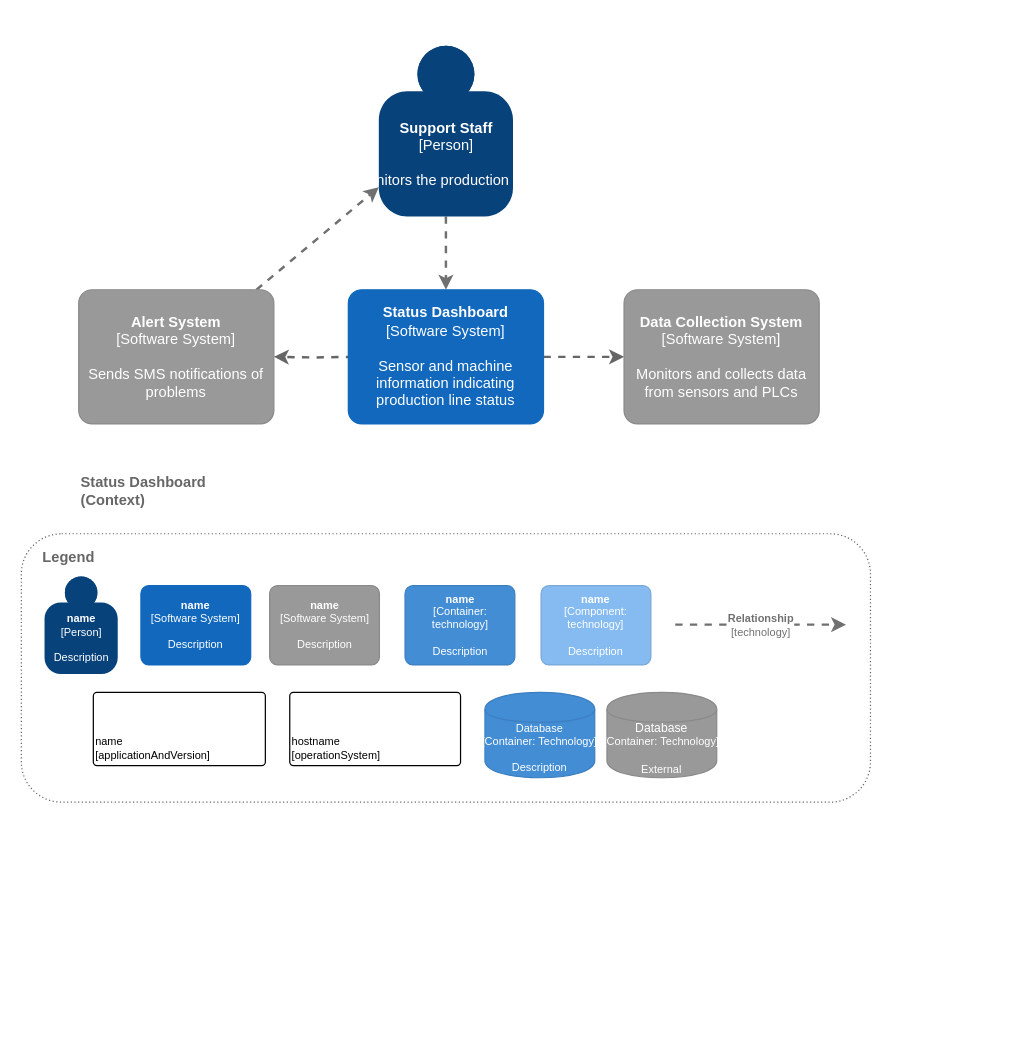
Above: page "C4 Context" (1 of 4) of c4_level_1_context_diagram_template.drawio in rraafays/2024-software_architecture_and_design_assignment_task-1 (draw.io), before the change. Source tidied: cells renumbered, new cells numbered last; positions are measured from the earlier drawing's top-left corner, leaving out a move shared by most shapes. Both pictures are drawn from the tidied source at 122%, with x=0, y=0 at pixel (21, 45).
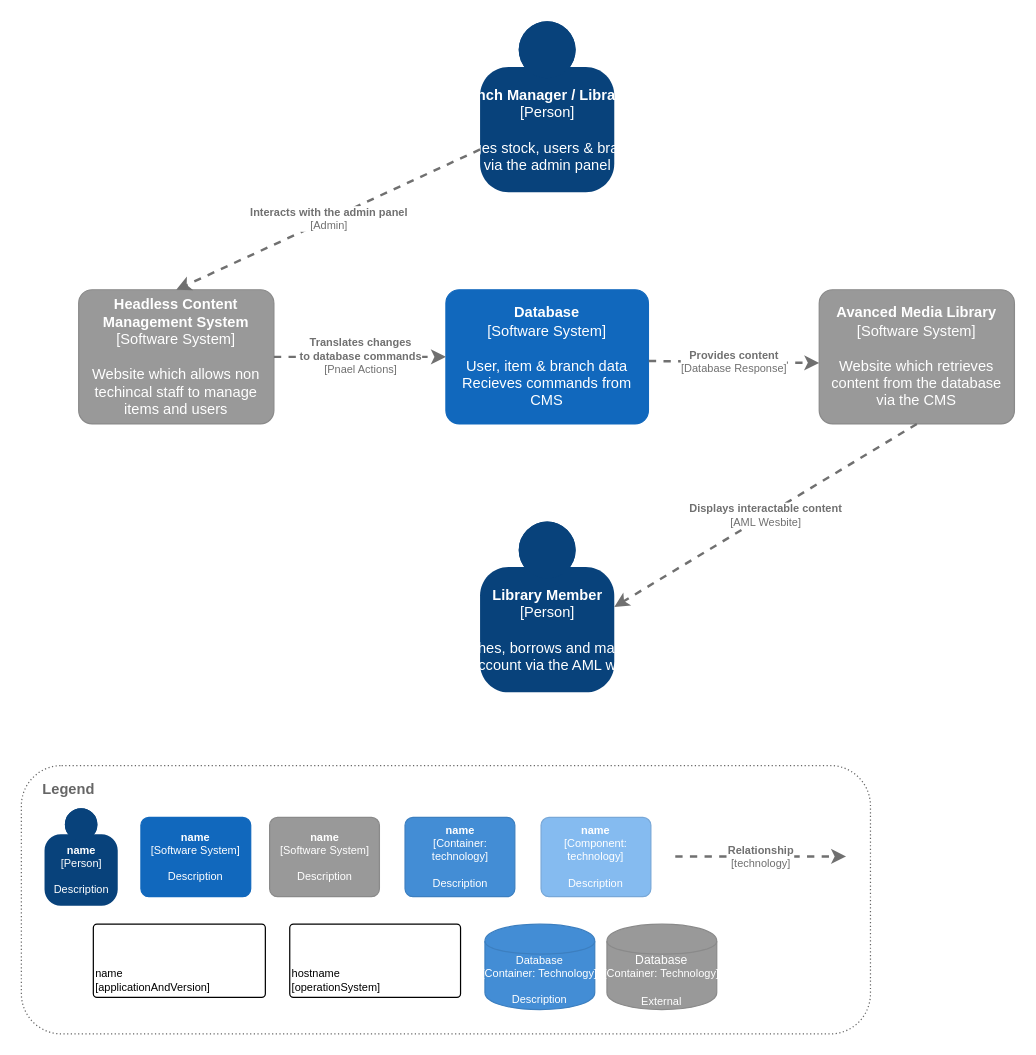
Above is the later version.

Commit message (it also covers changes not shown here):
update: wrote level 1 diagram

What changed in the source:
```diff
@@
-    <mxCell id="2" style="edgeStyle=orthogonalEdgeStyle;rounded=0;jettySize=auto;html=1;dashed=1;strokeWidth=2;fillColor=#f5f5f5;strokeColor=#666666;" parent="1" edge="1" target="8">
-      <mxGeometry relative="1" as="geometry">
-        <mxPoint x="272" y="255" as="sourcePoint" />
-      </mxGeometry>
-    </mxCell>
-    <mxCell id="3" style="edgeStyle=none;rounded=0;jettySize=auto;html=1;dashed=1;strokeColor=#666666;strokeWidth=2;fillColor=#f5f5f5;" parent="1" edge="1" source="9" target="10">
-      <mxGeometry relative="1" as="geometry" />
-    </mxCell>
-    <mxCell id="4" style="edgeStyle=none;rounded=0;jettySize=auto;html=1;dashed=1;strokeColor=#707070;strokeWidth=2;fontColor=#707070;" parent="1" edge="1" source="8" target="7">
-      <mxGeometry relative="1" as="geometry" />
-    </mxCell>
-    <mxCell id="5" value="&lt;b&gt;Status Dashboard&lt;br&gt;(Context)&lt;/b&gt;" style="text;html=1;align=left;verticalAlign=middle;fontColor=#666666;" parent="1" vertex="1">
-      <mxGeometry x="47" y="350" width="120" height="30" as="geometry" />
-    </mxCell>
-    <mxCell id="6" style="edgeStyle=none;rounded=0;jettySize=auto;html=1;dashed=1;strokeColor=#707070;strokeWidth=2;fontColor=#707070;" parent="1" edge="1" source="7" target="9">
-      <mxGeometry relative="1" as="geometry" />
-    </mxCell>
-    <object id="7" label="&lt;b&gt;%c4Name%&lt;/b&gt;&lt;div&gt;[%c4Type%]&lt;/div&gt;&lt;br&gt;&lt;div&gt;%c4Description%&lt;/div&gt;" c4Description="Monitors the production line" c4Name="Support Staff" c4Type="Person" placeholders="1">
+    <object id="7" label="&lt;b&gt;%c4Name%&lt;/b&gt;&lt;div&gt;[%c4Type%]&lt;/div&gt;&lt;br&gt;&lt;div&gt;%c4Description%&lt;/div&gt;" c4Description="Manages stock, users &amp; branches&#10;via the admin panel" c4Name="Branch Manager / Librarian" c4Type="Person" placeholders="1">
       <mxCell style="html=1;dashed=0;whitespace=wrap;fillColor=#08427b;strokeColor=none;fontColor=#ffffff;shape=mxgraph.c4.person;align=center;points=[[0.5,0,0],[1,0.5,0],[1,0.75,0],[0.75,1,0],[0.5,1,0],[0.25,1,0],[0,0.75,0],[0,0.5,0]];metaData={&quot;c4Type&quot;:{&quot;editable&quot;:false}};" parent="1" vertex="1">
-        <mxGeometry x="293" width="110" height="140" as="geometry" />
+        <mxGeometry x="376" y="-20" width="110" height="140" as="geometry" />
       </mxCell>
     </object>
-    <object id="8" label="&lt;b&gt;%c4Name%&lt;/b&gt;&lt;div&gt;[%c4Type%]&lt;/div&gt;&lt;br&gt;&lt;div&gt;%c4Description%&lt;/div&gt;" c4Description="Sends SMS notifications of problems" c4Name="Alert System" c4Type="Software System" placeholders="1">
+    <object id="8" label="&lt;b&gt;%c4Name%&lt;/b&gt;&lt;div&gt;[%c4Type%]&lt;/div&gt;&lt;br&gt;&lt;div&gt;%c4Description%&lt;/div&gt;" c4Description="Website which allows non techincal staff to manage items and users" c4Name="Headless Content Management System" c4Type="Software System" placeholders="1">
       <mxCell style="rounded=1;whiteSpace=wrap;html=1;labelBackgroundColor=none;fillColor=#999999;fontColor=#ffffff;align=center;arcSize=10;strokeColor=#8A8A8A;metaData={&quot;c4Type&quot;:{&quot;editable&quot;:false}};points=[[0.25,0,0],[0.5,0,0],[0.75,0,0],[1,0.25,0],[1,0.5,0],[1,0.75,0],[0.75,1,0],[0.5,1,0],[0.25,1,0],[0,0.75,0],[0,0.5,0],[0,0.25,0]];" parent="1" vertex="1">
         <mxGeometry x="47" y="200" width="160" height="110" as="geometry" />
       </mxCell>
     </object>
-    <object id="9" label="&lt;b&gt;%c4Name%&lt;/b&gt;&lt;div&gt;[%c4Type%]&lt;/div&gt;&lt;br&gt;&lt;div&gt;%c4Description%&lt;/div&gt;" c4Description="Sensor and machine information indicating production line status" c4Name="Status Dashboard" c4Type="Software System" placeholders="1">
+    <object id="9" label="&lt;b&gt;%c4Name%&lt;/b&gt;&lt;div&gt;[%c4Type%]&lt;/div&gt;&lt;br&gt;&lt;div&gt;%c4Description%&lt;/div&gt;" c4Description="User, item &amp; branch data&#10;Recieves commands from CMS" c4Name="Database" c4Type="Software System" placeholders="1">
       <mxCell style="rounded=1;whiteSpace=wrap;html=1;labelBackgroundColor=none;fillColor=#1168BD;fontColor=#ffffff;align=center;arcSize=10;strokeColor=#1168BD;metaData={&quot;c4Type&quot;:{&quot;editable&quot;:false}};points=[[0.25,0,0],[0.5,0,0],[0.75,0,0],[1,0.25,0],[1,0.5,0],[1,0.75,0],[0.75,1,0],[0.5,1,0],[0.25,1,0],[0,0.75,0],[0,0.5,0],[0,0.25,0]];" parent="1" vertex="1">
-        <mxGeometry x="268" y="200" width="160" height="110" as="geometry" />
+        <mxGeometry x="348" y="200" width="166" height="110" as="geometry" />
       </mxCell>
     </object>
-    <object id="10" label="&lt;b&gt;%c4Name%&lt;/b&gt;&lt;div&gt;[%c4Type%]&lt;/div&gt;&lt;br&gt;&lt;div&gt;%c4Description%&lt;/div&gt;" c4Description="Monitors and collects data from sensors and PLCs" c4Name="Data Collection System" c4Type="Software System" placeholders="1">
-      <mxCell style="rounded=1;whiteSpace=wrap;html=1;labelBackgroundColor=none;fillColor=#999999;fontColor=#ffffff;align=center;arcSize=10;strokeColor=#8A8A8A;metaData={&quot;c4Type&quot;:{&quot;editable&quot;:false}};points=[[0.25,0,0],[0.5,0,0],[0.75,0,0],[1,0.25,0],[1,0.5,0],[1,0.75,0],[0.75,1,0],[0.5,1,0],[0.25,1,0],[0,0.75,0],[0,0.5,0],[0,0.25,0]];" parent="1" vertex="1">
-        <mxGeometry x="494" y="200" width="160" height="110" as="geometry" />
-      </mxCell>
-    </object>
     <mxCell id="11" style="group;" parent="1" vertex="1">
-      <mxGeometry y="400" width="696" height="220" as="geometry" />
+      <mxGeometry y="590" width="696" height="220" as="geometry" />
     </mxCell>
@@
+    <object id="24" label="&lt;div style=&quot;text-align: left; font-size: 9px;&quot;&gt;&lt;div style=&quot;text-align: center; font-size: 9px;&quot;&gt;&lt;b style=&quot;font-size: 9px;&quot;&gt;%c4Description%&lt;/b&gt;&lt;/div&gt;&lt;div style=&quot;text-align: center; font-size: 9px;&quot;&gt;[%c4Technology%]&lt;/div&gt;&lt;/div&gt;" c4Description="Translates changes&#10;to database commands" c4Technology="Pnael Actions" placeholders="1">
+      <mxCell style="edgeStyle=none;rounded=0;html=1;jettySize=auto;strokeColor=#707070;strokeWidth=2;fontColor=#707070;jumpStyle=none;dashed=1;metaData={&quot;c4Type&quot;:{&quot;editable&quot;:false}};fontSize=9;exitX=1;exitY=0.5;exitDx=0;exitDy=0;exitPerimeter=0;entryX=0;entryY=0.5;entryDx=0;entryDy=0;entryPerimeter=0;" parent="1" edge="1" source="8" target="9">
+        <mxGeometry relative="1" as="geometry" />
+      </mxCell>
+    </object>
+    <object id="25" label="&lt;div style=&quot;text-align: left; font-size: 9px;&quot;&gt;&lt;div style=&quot;text-align: center; font-size: 9px;&quot;&gt;&lt;b style=&quot;font-size: 9px;&quot;&gt;%c4Description%&lt;/b&gt;&lt;/div&gt;&lt;div style=&quot;text-align: center; font-size: 9px;&quot;&gt;[%c4Technology%]&lt;/div&gt;&lt;/div&gt;" c4Description="Interacts with the admin panel" c4Technology="Admin" placeholders="1">
+      <mxCell style="edgeStyle=none;rounded=0;html=1;jettySize=auto;strokeColor=#707070;strokeWidth=2;fontColor=#707070;jumpStyle=none;dashed=1;metaData={&quot;c4Type&quot;:{&quot;editable&quot;:false}};fontSize=9;exitX=0;exitY=0.75;exitDx=0;exitDy=0;exitPerimeter=0;entryX=0.5;entryY=0;entryDx=0;entryDy=0;entryPerimeter=0;" parent="1" edge="1" source="7" target="8">
+        <mxGeometry relative="1" as="geometry" />
+      </mxCell>
+    </object>
+    <object id="10" label="&lt;b&gt;%c4Name%&lt;/b&gt;&lt;div&gt;[%c4Type%]&lt;/div&gt;&lt;br&gt;&lt;div&gt;%c4Description%&lt;/div&gt;" c4Description="Website which retrieves content from the database via the CMS" c4Name="Avanced Media Library" c4Type="Software System" placeholders="1">
+      <mxCell style="rounded=1;whiteSpace=wrap;html=1;labelBackgroundColor=none;fillColor=#999999;fontColor=#ffffff;align=center;arcSize=10;strokeColor=#8A8A8A;metaData={&quot;c4Type&quot;:{&quot;editable&quot;:false}};points=[[0.25,0,0],[0.5,0,0],[0.75,0,0],[1,0.25,0],[1,0.5,0],[1,0.75,0],[0.75,1,0],[0.5,1,0],[0.25,1,0],[0,0.75,0],[0,0.5,0],[0,0.25,0]];" parent="1" vertex="1">
+        <mxGeometry x="654" y="200" width="160" height="110" as="geometry" />
+      </mxCell>
+    </object>
+    <object id="26" label="&lt;div style=&quot;text-align: left; font-size: 9px;&quot;&gt;&lt;div style=&quot;text-align: center; font-size: 9px;&quot;&gt;&lt;b style=&quot;font-size: 9px;&quot;&gt;%c4Description%&lt;/b&gt;&lt;/div&gt;&lt;div style=&quot;text-align: center; font-size: 9px;&quot;&gt;[%c4Technology%]&lt;/div&gt;&lt;/div&gt;" c4Description="Provides content" c4Technology="Database Response" placeholders="1">
+      <mxCell style="edgeStyle=none;rounded=0;html=1;jettySize=auto;strokeColor=#707070;strokeWidth=2;fontColor=#707070;jumpStyle=none;dashed=1;metaData={&quot;c4Type&quot;:{&quot;editable&quot;:false}};fontSize=9;exitX=1.002;exitY=0.531;exitDx=0;exitDy=0;exitPerimeter=0;entryX=0;entryY=0.455;entryDx=0;entryDy=0;entryPerimeter=0;" parent="1" edge="1" source="9">
+        <mxGeometry relative="1" as="geometry">
+          <mxPoint x="654" y="260" as="targetPoint" />
+        </mxGeometry>
+      </mxCell>
+    </object>
+    <object id="27" label="&lt;b&gt;%c4Name%&lt;/b&gt;&lt;div&gt;[%c4Type%]&lt;/div&gt;&lt;br&gt;&lt;div&gt;%c4Description%&lt;/div&gt;" c4Description="Searches, borrows and manages &#10;own account via the AML website" c4Name="Library Member" c4Type="Person" placeholders="1">
+      <mxCell style="html=1;dashed=0;whitespace=wrap;fillColor=#08427b;strokeColor=none;fontColor=#ffffff;shape=mxgraph.c4.person;align=center;points=[[0.5,0,0],[1,0.5,0],[1,0.75,0],[0.75,1,0],[0.5,1,0],[0.25,1,0],[0,0.75,0],[0,0.5,0]];metaData={&quot;c4Type&quot;:{&quot;editable&quot;:false}};" parent="1" vertex="1">
+        <mxGeometry x="376" y="390" width="110" height="140" as="geometry" />
+      </mxCell>
+    </object>
+    <object id="28" label="&lt;div style=&quot;text-align: left; font-size: 9px;&quot;&gt;&lt;div style=&quot;text-align: center; font-size: 9px;&quot;&gt;&lt;b style=&quot;font-size: 9px;&quot;&gt;%c4Description%&lt;/b&gt;&lt;/div&gt;&lt;div style=&quot;text-align: center; font-size: 9px;&quot;&gt;[%c4Technology%]&lt;/div&gt;&lt;/div&gt;" c4Description="Displays interactable content" c4Technology="AML Wesbite" placeholders="1">
+      <mxCell style="edgeStyle=none;rounded=0;html=1;jettySize=auto;strokeColor=#707070;strokeWidth=2;fontColor=#707070;jumpStyle=none;dashed=1;metaData={&quot;c4Type&quot;:{&quot;editable&quot;:false}};fontSize=9;exitX=0.5;exitY=1;exitDx=0;exitDy=0;exitPerimeter=0;entryX=1;entryY=0.5;entryDx=0;entryDy=0;entryPerimeter=0;" parent="1" edge="1" source="10" target="27">
+        <mxGeometry relative="1" as="geometry" />
+      </mxCell>
+    </object>
```
